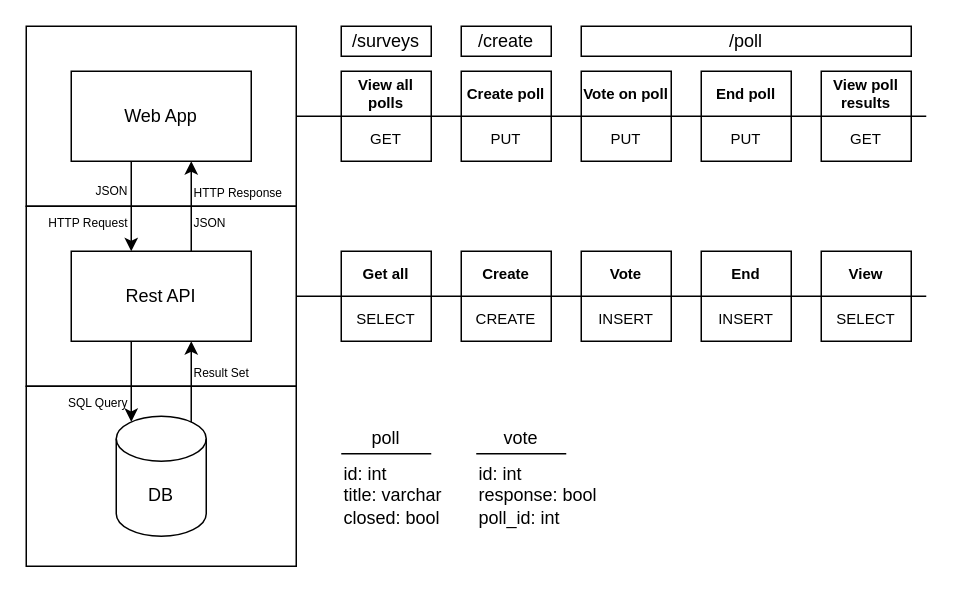
This is MVC.drawio from antar/Polls-App, a draw.io file, before an edit. Source tidied: cells renumbered, new cells numbered last; positions are measured from the earlier drawing's top-left corner, leaving out a move shared by most shapes. Both pictures are drawn from the tidied source at 150%, with x=0, y=0 at pixel (26, 26).
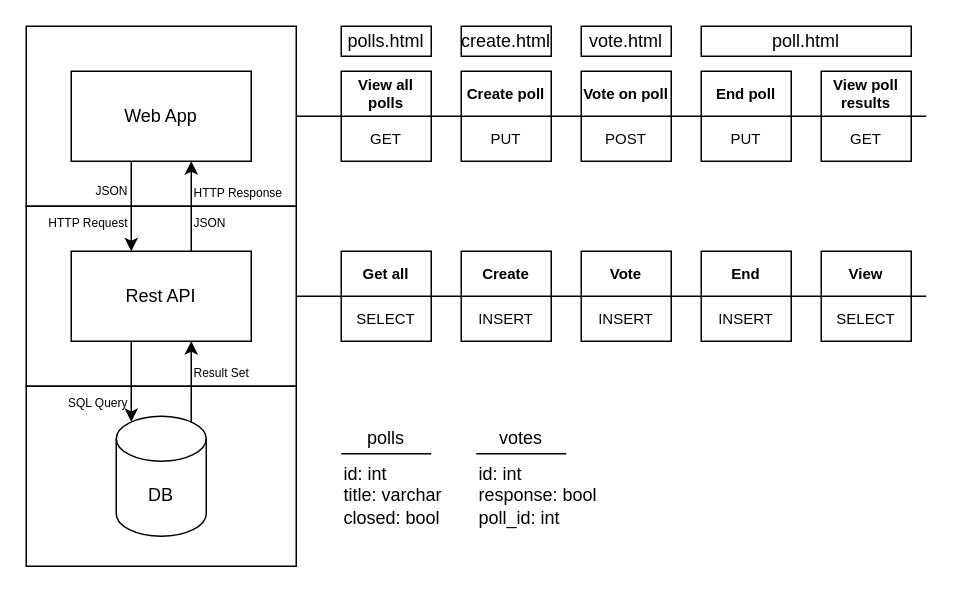
Above is the later version.

Commit message (it also covers changes not shown here):
Edited mvc and added pdf

The change refers to these unchanged cells:
```xml
<mxCell id="27" style="group;" parent="1" vertex="1">
  <mxGeometry x="370" y="30" width="60" height="60" as="geometry" />
</mxCell>
<mxCell id="31" style="group;" parent="1" vertex="1">
  <mxGeometry x="290" y="150" width="60" height="90" as="geometry" />
</mxCell>
```

Change to the diagram source:
```diff
@@
-    <mxCell id="29" value="PUT" style="text;html=1;strokeColor=none;fillColor=none;align=center;verticalAlign=middle;whiteSpace=wrap;rounded=0;fontSize=10;" parent="27" vertex="1">
+    <mxCell id="29" value="POST" style="text;html=1;strokeColor=none;fillColor=none;align=center;verticalAlign=middle;whiteSpace=wrap;rounded=0;fontSize=10;" parent="27" vertex="1">
       <mxGeometry y="30" width="60" height="30" as="geometry" />
     </mxCell>
@@
-    <mxCell id="34" value="CREATE" style="text;html=1;strokeColor=none;fillColor=none;align=center;verticalAlign=middle;whiteSpace=wrap;rounded=0;fontSize=10;" parent="31" vertex="1">
+    <mxCell id="34" value="INSERT" style="text;html=1;strokeColor=none;fillColor=none;align=center;verticalAlign=middle;whiteSpace=wrap;rounded=0;fontSize=10;" parent="31" vertex="1">
       <mxGeometry y="30" width="60" height="30" as="geometry" />
     </mxCell>
@@
-    <mxCell id="56" value="/surveys" style="rounded=0;whiteSpace=wrap;html=1;" parent="1" vertex="1">
+    <mxCell id="56" value="polls.html" style="rounded=0;whiteSpace=wrap;html=1;" parent="1" vertex="1">
       <mxGeometry x="210" width="60" height="20" as="geometry" />
     </mxCell>
-    <mxCell id="57" value="/create" style="rounded=0;whiteSpace=wrap;html=1;" parent="1" vertex="1">
+    <mxCell id="57" value="create.html" style="rounded=0;whiteSpace=wrap;html=1;" parent="1" vertex="1">
       <mxGeometry x="290" width="60" height="20" as="geometry" />
     </mxCell>
-    <mxCell id="58" value="/poll" style="rounded=0;whiteSpace=wrap;html=1;" parent="1" vertex="1">
-      <mxGeometry x="370" width="220" height="20" as="geometry" />
+    <mxCell id="58" value="poll.html" style="rounded=0;whiteSpace=wrap;html=1;" parent="1" vertex="1">
+      <mxGeometry x="450" width="140" height="20" as="geometry" />
     </mxCell>
@@
-    <mxCell id="61" value="poll" style="text;html=1;strokeColor=none;fillColor=none;align=center;verticalAlign=middle;whiteSpace=wrap;rounded=0;" parent="1" vertex="1">
+    <mxCell id="61" value="polls" style="text;html=1;strokeColor=none;fillColor=none;align=center;verticalAlign=middle;whiteSpace=wrap;rounded=0;" parent="1" vertex="1">
       <mxGeometry x="210" y="265" width="60" height="20" as="geometry" />
     </mxCell>
@@
-    <mxCell id="63" value="vote" style="text;html=1;strokeColor=none;fillColor=none;align=center;verticalAlign=middle;whiteSpace=wrap;rounded=0;" parent="1" vertex="1">
+    <mxCell id="63" value="votes" style="text;html=1;strokeColor=none;fillColor=none;align=center;verticalAlign=middle;whiteSpace=wrap;rounded=0;" parent="1" vertex="1">
       <mxGeometry x="300" y="265" width="60" height="20" as="geometry" />
     </mxCell>
@@
+    <mxCell id="65" value="vote.html" style="rounded=0;whiteSpace=wrap;html=1;" parent="1" vertex="1">
+      <mxGeometry x="370" width="60" height="20" as="geometry" />
+    </mxCell>
```
